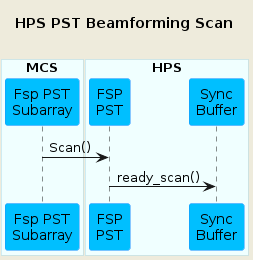
Before: docs/src/diagrams/scan-pst-hps-fsp.png, a diagram exported from PlantUML (ska-telescope/mid-cbf-mcs).
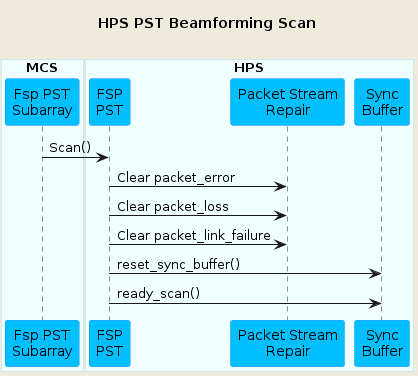
The same file after the commit.

Commit message:
CIP-2849: Updated diagram to reflect recent changes

Diff of the diagram source:
```diff
@@ -18,10 +18,15 @@
 
 box "HPS"
 participant "FSP\nPST" as hpsfsppst
+participant "Packet Stream\nRepair" as psr
 participant "Sync\nBuffer" as buffer
 end box
 
 fsppst     -> hpsfsppst   : Scan()
+hpsfsppst  -> psr         : Clear packet_error
+hpsfsppst  -> psr         : Clear packet_loss
+hpsfsppst  -> psr         : Clear packet_link_failure
+hpsfsppst  -> buffer      : reset_sync_buffer()
 hpsfsppst  -> buffer      : ready_scan()
 
 @enduml
```
